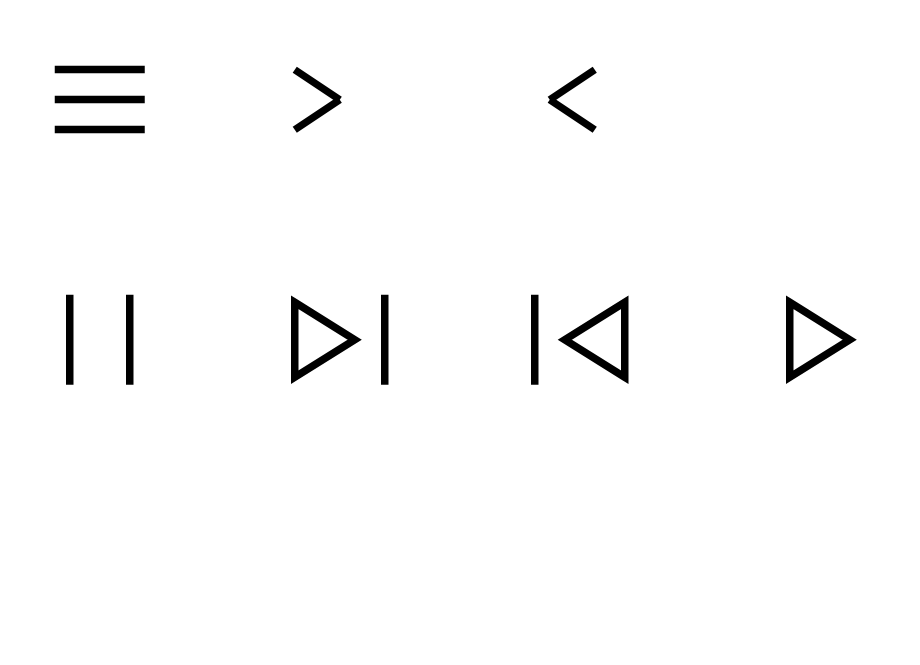
Before: ongaku/kanban_ui/assets/icons.drawio in hitotsubasiyurie/ongaku-project, a draw.io diagram. Source tidied: cells renumbered, new cells numbered last; positions are measured from the earlier drawing's top-left corner, leaving out a move shared by most shapes. Both pictures are drawn from the tidied source at 150%, with x=0, y=0 at pixel (24, 24).
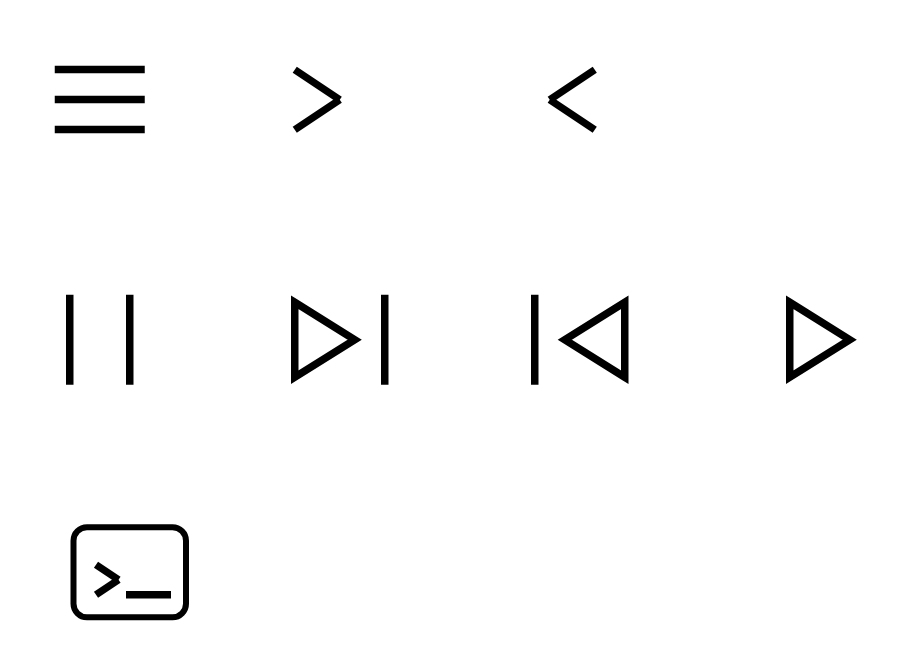
The same page after the edit.

What changed in the source:
```diff
@@
+    <mxCell id="25" style="rounded=1;whiteSpace=wrap;html=1;strokeWidth=4;" parent="1" vertex="1">
+      <mxGeometry x="32.5" y="335" width="75" height="60" as="geometry" />
+    </mxCell>
@@
+    <mxCell id="26" style="whiteSpace=wrap;html=1;strokeWidth=0;fillColor=none;strokeColor=none;" parent="1" vertex="1">
+      <mxGeometry x="20" y="310" width="100" height="100" as="geometry" />
+    </mxCell>
+    <mxCell id="27" style="group;rounded=1;strokeWidth=8;" parent="1" vertex="1">
+      <mxGeometry x="47.5" y="360" width="20" height="20" as="geometry" />
+    </mxCell>
+    <mxCell id="28" style="endArrow=none;html=1;rounded=1;strokeWidth=5;curved=0;sourcePerimeterSpacing=0;startSize=5;endSize=5;" parent="27" edge="1">
+      <mxGeometry relative="1" as="geometry">
+        <mxPoint x="15" y="10" as="sourcePoint" />
+        <mxPoint as="targetPoint" />
+      </mxGeometry>
+    </mxCell>
+    <mxCell id="29" style="endArrow=none;html=1;rounded=1;strokeWidth=5;curved=0;sourcePerimeterSpacing=0;startSize=5;endSize=5;" parent="27" edge="1">
+      <mxGeometry relative="1" as="geometry">
+        <mxPoint y="20" as="sourcePoint" />
+        <mxPoint x="15" y="10" as="targetPoint" />
+      </mxGeometry>
+    </mxCell>
+    <mxCell id="30" style="endArrow=none;html=1;rounded=0;strokeWidth=5;entryX=0.2;entryY=0.2;entryDx=0;entryDy=0;entryPerimeter=0;" parent="1" edge="1">
+      <mxGeometry relative="1" as="geometry">
+        <mxPoint x="97.5" y="380" as="sourcePoint" />
+        <mxPoint x="67.5" y="380" as="targetPoint" />
+      </mxGeometry>
+    </mxCell>
```
